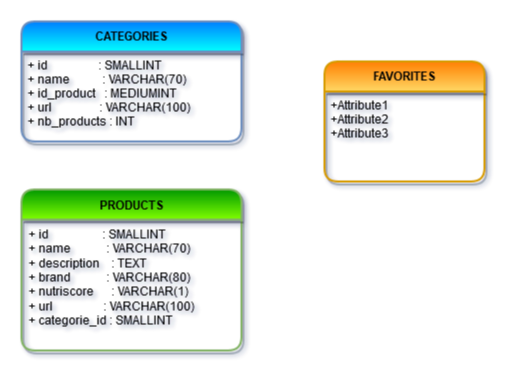
The draw.io diagram PROJET_05/Database_stucture.png in Ayckinn/OpenClassrooms, before a commit. Source tidied: cells renumbered, new cells last; positions are measured from the earlier drawing's top-left corner, leaving out a move shared by most shapes. Its diagram source:
```xml
<mxGraphModel>
  <root>
    <mxCell id="0" />
    <mxCell id="1" parent="0" />
    <mxCell id="2" value="CATEGORIES" style="swimlane;horizontal=1;startSize=30;rounded=1;fontSize=12;fontStyle=1;strokeWidth=2;shadow=1;dashed=0;align=center;strokeColor=#6c8ebf;fillColor=#007FFF;gradientColor=#00FFFF;labelBorderColor=none;whiteSpace=wrap;" parent="1" vertex="1">
      <mxGeometry width="220" height="120" as="geometry" />
    </mxCell>
    <mxCell id="3" value="+ id                 : SMALLINT&#10;+ name           : VARCHAR(70)&#10;+ id_product   : MEDIUMINT&#10;+ url                : VARCHAR(100)&#10;+ nb_products : INT" style="align=left;strokeColor=none;fillColor=none;spacingLeft=4;fontSize=12;verticalAlign=top;" parent="2" vertex="1">
      <mxGeometry y="30" width="220" height="90" as="geometry" />
    </mxCell>
    <mxCell id="4" value="FAVORITES" style="swimlane;horizontal=1;startSize=30;rounded=1;fontSize=12;fontStyle=1;strokeWidth=2;shadow=1;dashed=0;align=center;strokeColor=#d79b00;labelBorderColor=none;fillColor=#FF8000;gradientColor=#FFD966;whiteSpace=wrap;" parent="1" vertex="1">
      <mxGeometry x="303" y="40" width="160" height="120" as="geometry" />
    </mxCell>
    <mxCell id="5" value="+Attribute1&#10;+Attribute2&#10;+Attribute3" style="align=left;strokeColor=none;fillColor=none;spacingLeft=4;fontSize=12;verticalAlign=top;" parent="4" vertex="1">
      <mxGeometry y="30" width="160" height="90" as="geometry" />
    </mxCell>
    <mxCell id="6" value="PRODUCTS" style="swimlane;horizontal=1;startSize=30;rounded=1;fontSize=12;fontStyle=1;strokeWidth=2;shadow=1;dashed=0;align=center;strokeColor=#82b366;labelBorderColor=none;fillColor=#009900;gradientColor=#80FF00;spacing=3;" parent="1" vertex="1">
      <mxGeometry y="168" width="220" height="161" as="geometry" />
    </mxCell>
    <mxCell id="7" value="+ id                  : SMALLINT&#10;+ name            : VARCHAR(70)&#10;+ description    : TEXT&#10;+ brand            : VARCHAR(80)&#10;+ nutriscore      : VARCHAR(1)&#10;+ url                 : VARCHAR(100)&#10;+ categorie_id : SMALLINT&#10;" style="align=left;strokeColor=none;fillColor=none;spacingLeft=4;fontSize=12;verticalAlign=top;spacing=3;spacingTop=0;spacingBottom=0;whiteSpace=wrap;" parent="6" vertex="1">
      <mxGeometry y="30" width="220" height="131" as="geometry" />
    </mxCell>
  </root>
</mxGraphModel>
```
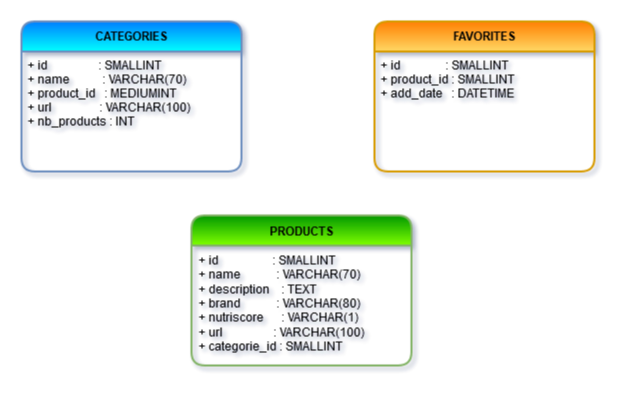
The same diagram one commit later.

Commit message:
Add favorites table

Diff of the diagram source:
```diff
@@ -2,23 +2,23 @@
   <root>
     <mxCell id="0" />
     <mxCell id="1" parent="0" />
-    <mxCell id="2" value="CATEGORIES" style="swimlane;horizontal=1;startSize=30;rounded=1;fontSize=12;fontStyle=1;strokeWidth=2;shadow=1;dashed=0;align=center;strokeColor=#6c8ebf;fillColor=#007FFF;gradientColor=#00FFFF;labelBorderColor=none;whiteSpace=wrap;" parent="1" vertex="1">
-      <mxGeometry width="220" height="120" as="geometry" />
+    <mxCell id="2" value="CATEGORIES" style="swimlane;horizontal=1;startSize=30;rounded=1;fontSize=12;fontStyle=1;strokeWidth=2;shadow=0;dashed=0;align=center;strokeColor=#6c8ebf;fillColor=#007FFF;gradientColor=#00FFFF;labelBorderColor=none;whiteSpace=wrap;" parent="1" vertex="1">
+      <mxGeometry x="-48" y="-25" width="220" height="150" as="geometry" />
     </mxCell>
-    <mxCell id="3" value="+ id                 : SMALLINT&#10;+ name           : VARCHAR(70)&#10;+ id_product   : MEDIUMINT&#10;+ url                : VARCHAR(100)&#10;+ nb_products : INT" style="align=left;strokeColor=none;fillColor=none;spacingLeft=4;fontSize=12;verticalAlign=top;" parent="2" vertex="1">
-      <mxGeometry y="30" width="220" height="90" as="geometry" />
+    <mxCell id="3" value="+ id                 : SMALLINT&#10;+ name           : VARCHAR(70)&#10;+ product_id   : MEDIUMINT&#10;+ url                : VARCHAR(100)&#10;+ nb_products : INT" style="align=left;strokeColor=none;fillColor=none;spacingLeft=4;fontSize=12;verticalAlign=top;" parent="2" vertex="1">
+      <mxGeometry y="30" width="220" height="120" as="geometry" />
     </mxCell>
+    <mxCell id="6" value="PRODUCTS" style="swimlane;horizontal=1;startSize=30;rounded=1;fontSize=12;fontStyle=1;strokeWidth=2;shadow=0;dashed=0;align=center;strokeColor=#82b366;labelBorderColor=none;fillColor=#009900;gradientColor=#80FF00;spacing=3;" parent="1" vertex="1">
+      <mxGeometry x="122" y="169" width="220" height="150" as="geometry" />
+    </mxCell>
+    <mxCell id="7" value="+ id                  : SMALLINT&#10;+ name            : VARCHAR(70)&#10;+ description    : TEXT&#10;+ brand            : VARCHAR(80)&#10;+ nutriscore      : VARCHAR(1)&#10;+ url                 : VARCHAR(100)&#10;+ categorie_id : SMALLINT&#10;" style="align=left;strokeColor=none;fillColor=none;spacingLeft=4;fontSize=12;verticalAlign=top;spacing=3;spacingTop=0;spacingBottom=0;whiteSpace=wrap;" parent="6" vertex="1">
+      <mxGeometry y="30" width="220" height="120" as="geometry" />
+    </mxCell>
-    <mxCell id="4" value="FAVORITES" style="swimlane;horizontal=1;startSize=30;rounded=1;fontSize=12;fontStyle=1;strokeWidth=2;shadow=1;dashed=0;align=center;strokeColor=#d79b00;labelBorderColor=none;fillColor=#FF8000;gradientColor=#FFD966;whiteSpace=wrap;" parent="1" vertex="1">
-      <mxGeometry x="303" y="40" width="160" height="120" as="geometry" />
+    <mxCell id="4" value="FAVORITES" style="swimlane;horizontal=1;startSize=30;rounded=1;fontSize=12;fontStyle=1;strokeWidth=2;shadow=0;dashed=0;align=center;strokeColor=#d79b00;labelBorderColor=none;fillColor=#FF8000;gradientColor=#FFD966;whiteSpace=wrap;" parent="1" vertex="1">
+      <mxGeometry x="305" y="-25" width="220" height="150" as="geometry" />
     </mxCell>
-    <mxCell id="5" value="+Attribute1&#10;+Attribute2&#10;+Attribute3" style="align=left;strokeColor=none;fillColor=none;spacingLeft=4;fontSize=12;verticalAlign=top;" parent="4" vertex="1">
-      <mxGeometry y="30" width="160" height="90" as="geometry" />
+    <mxCell id="5" value="+ id               : SMALLINT&#10;+ product_id : SMALLINT&#10;+ add_date   : DATETIME&#10;" style="align=left;strokeColor=none;fillColor=none;spacingLeft=4;fontSize=12;verticalAlign=top;" parent="4" vertex="1">
+      <mxGeometry y="30" width="220" height="120" as="geometry" />
     </mxCell>
-    <mxCell id="6" value="PRODUCTS" style="swimlane;horizontal=1;startSize=30;rounded=1;fontSize=12;fontStyle=1;strokeWidth=2;shadow=1;dashed=0;align=center;strokeColor=#82b366;labelBorderColor=none;fillColor=#009900;gradientColor=#80FF00;spacing=3;" parent="1" vertex="1">
-      <mxGeometry y="168" width="220" height="161" as="geometry" />
-    </mxCell>
-    <mxCell id="7" value="+ id                  : SMALLINT&#10;+ name            : VARCHAR(70)&#10;+ description    : TEXT&#10;+ brand            : VARCHAR(80)&#10;+ nutriscore      : VARCHAR(1)&#10;+ url                 : VARCHAR(100)&#10;+ categorie_id : SMALLINT&#10;" style="align=left;strokeColor=none;fillColor=none;spacingLeft=4;fontSize=12;verticalAlign=top;spacing=3;spacingTop=0;spacingBottom=0;whiteSpace=wrap;" parent="6" vertex="1">
-      <mxGeometry y="30" width="220" height="131" as="geometry" />
-    </mxCell>
   </root>
 </mxGraphModel>
```
